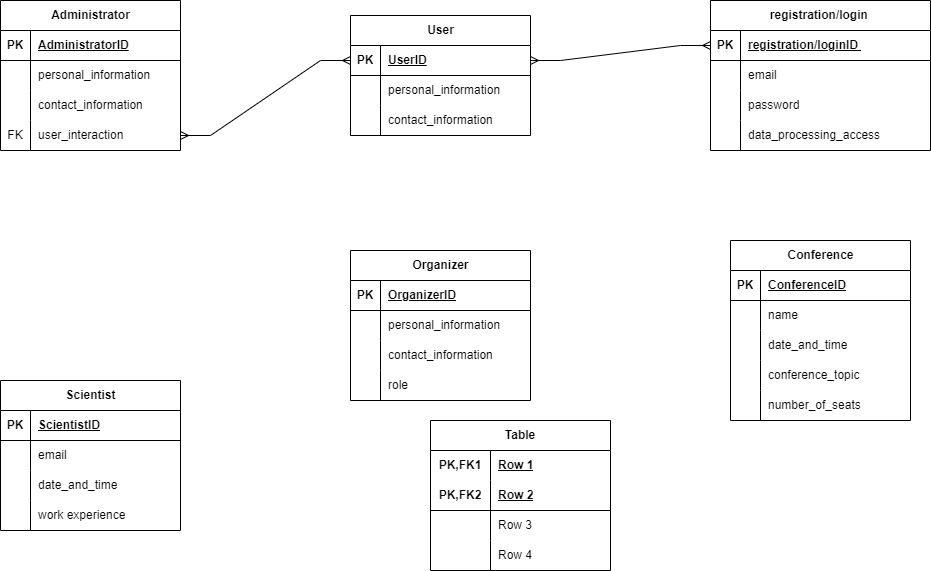
This is Диаграмма научной конфиренции.drawio.png from makatom15/scientific-conference-, a draw.io export, as it was before one commit. Source tidied: cells renumbered, new cells last; positions are measured from the earlier drawing's top-left corner, leaving out a move shared by most shapes.
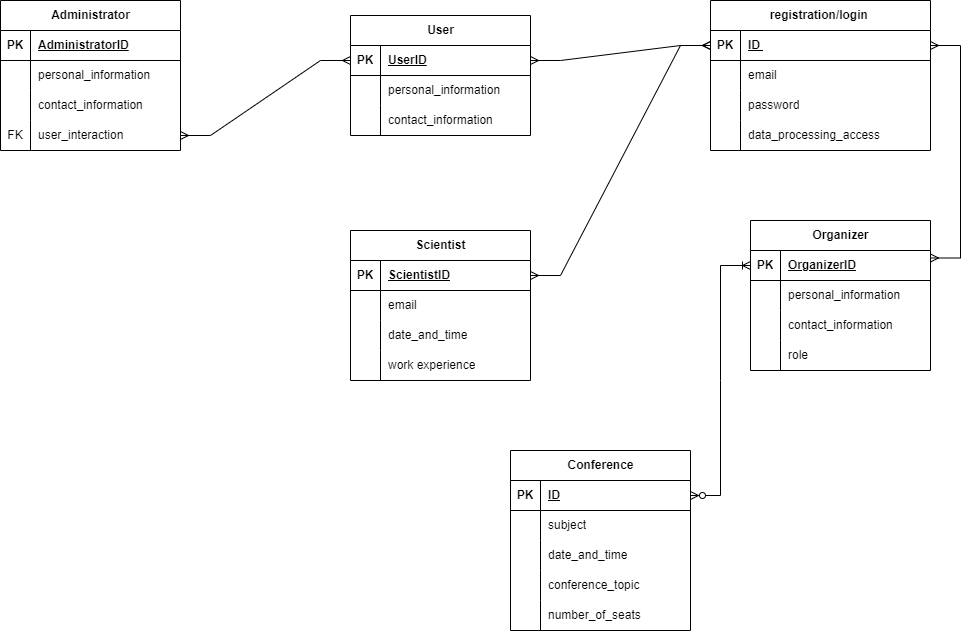
The same diagram one commit later.

What changed in the source:
```diff
@@ -42,7 +42,7 @@
       <mxGeometry x="30" width="150" height="30" as="geometry" />
     </mxCell>
     <mxCell id="15" value="Organizer" style="shape=table;startSize=30;rowLines=0;fontStyle=1;align=center;html=1;" parent="1" vertex="1">
-      <mxGeometry x="350" y="250" width="180" height="150" as="geometry" />
+      <mxGeometry x="750" y="220" width="180" height="150" as="geometry" />
     </mxCell>
     <mxCell id="16" style="shape=tableRow;horizontal=0;startSize=0;swimlaneHead=0;swimlaneBody=0;fillColor=none;points=[[0,0.5],[1,0.5]];portConstraint=eastwest;top=0;left=0;right=0;bottom=1;" parent="15" vertex="1">
       <mxGeometry y="30" width="180" height="30" as="geometry" />
@@ -119,7 +119,7 @@
     <mxCell id="40" value="PK" style="shape=partialRectangle;fillColor=none;top=0;left=0;bottom=0;right=0;fontStyle=1;overflow=hidden;whiteSpace=wrap;html=1;" parent="39" vertex="1">
       <mxGeometry width="30" height="30" as="geometry" />
     </mxCell>
-    <mxCell id="41" value="&lt;div&gt;registration/loginID&amp;nbsp;&lt;/div&gt;&lt;div&gt;&lt;/div&gt;" style="shape=partialRectangle;fillColor=none;top=0;left=0;bottom=0;right=0;align=left;spacingLeft=6;fontStyle=5;overflow=hidden;whiteSpace=wrap;html=1;" parent="39" vertex="1">
+    <mxCell id="41" value="&lt;div&gt;ID&amp;nbsp;&lt;/div&gt;&lt;div&gt;&lt;/div&gt;" style="shape=partialRectangle;fillColor=none;top=0;left=0;bottom=0;right=0;align=left;spacingLeft=6;fontStyle=5;overflow=hidden;whiteSpace=wrap;html=1;" parent="39" vertex="1">
       <mxGeometry x="30" width="190" height="30" as="geometry" />
     </mxCell>
     <mxCell id="42" style="shape=tableRow;horizontal=0;startSize=0;swimlaneHead=0;swimlaneBody=0;fillColor=none;top=0;left=0;right=0;bottom=0;" parent="38" vertex="1">
@@ -150,7 +150,7 @@
       <mxGeometry x="30" width="190" height="30" as="geometry" />
     </mxCell>
     <mxCell id="51" value="Scientist" style="shape=table;startSize=30;rowLines=0;fontStyle=1;align=center;html=1;" parent="1" vertex="1">
-      <mxGeometry y="380" width="180" height="150" as="geometry" />
+      <mxGeometry x="350" y="230" width="180" height="150" as="geometry" />
     </mxCell>
     <mxCell id="52" style="shape=tableRow;horizontal=0;startSize=0;swimlaneHead=0;swimlaneBody=0;fillColor=none;points=[[0,0.5],[1,0.5]];portConstraint=eastwest;top=0;left=0;right=0;bottom=1;" parent="51" vertex="1">
       <mxGeometry y="30" width="180" height="30" as="geometry" />
@@ -189,7 +189,7 @@
       <mxGeometry x="30" width="150" height="30" as="geometry" />
     </mxCell>
     <mxCell id="64" value="Conference" style="shape=table;startSize=30;rowLines=0;fontStyle=1;align=center;html=1;" parent="1" vertex="1">
-      <mxGeometry x="730" y="240" width="180" height="180" as="geometry" />
+      <mxGeometry x="510" y="450" width="180" height="180" as="geometry" />
     </mxCell>
     <mxCell id="65" style="shape=tableRow;horizontal=0;startSize=0;swimlaneHead=0;swimlaneBody=0;fillColor=none;points=[[0,0.5],[1,0.5]];portConstraint=eastwest;top=0;left=0;right=0;bottom=1;" parent="64" vertex="1">
       <mxGeometry y="30" width="180" height="30" as="geometry" />
@@ -197,7 +197,7 @@
     <mxCell id="66" value="PK" style="shape=partialRectangle;fillColor=none;top=0;left=0;bottom=0;right=0;fontStyle=1;overflow=hidden;whiteSpace=wrap;html=1;" parent="65" vertex="1">
       <mxGeometry width="30" height="30" as="geometry" />
     </mxCell>
-    <mxCell id="67" value="ConferenceID" style="shape=partialRectangle;fillColor=none;top=0;left=0;bottom=0;right=0;align=left;spacingLeft=6;fontStyle=5;overflow=hidden;whiteSpace=wrap;html=1;" parent="65" vertex="1">
+    <mxCell id="67" value="ID" style="shape=partialRectangle;fillColor=none;top=0;left=0;bottom=0;right=0;align=left;spacingLeft=6;fontStyle=5;overflow=hidden;whiteSpace=wrap;html=1;" parent="65" vertex="1">
       <mxGeometry x="30" width="150" height="30" as="geometry" />
     </mxCell>
     <mxCell id="68" style="shape=tableRow;horizontal=0;startSize=0;swimlaneHead=0;swimlaneBody=0;fillColor=none;top=0;left=0;right=0;bottom=0;" parent="64" vertex="1">
@@ -206,7 +206,7 @@
     <mxCell id="69" style="shape=partialRectangle;fillColor=none;top=0;left=0;bottom=0;right=0;overflow=hidden;whiteSpace=wrap;html=1;" parent="68" vertex="1">
       <mxGeometry width="30" height="30" as="geometry" />
     </mxCell>
-    <mxCell id="70" value="name" style="shape=partialRectangle;fillColor=none;top=0;left=0;bottom=0;right=0;align=left;spacingLeft=6;overflow=hidden;whiteSpace=wrap;html=1;" parent="68" vertex="1">
+    <mxCell id="70" value="subject" style="shape=partialRectangle;fillColor=none;top=0;left=0;bottom=0;right=0;align=left;spacingLeft=6;overflow=hidden;whiteSpace=wrap;html=1;" parent="68" vertex="1">
       <mxGeometry x="30" width="150" height="30" as="geometry" />
     </mxCell>
     <mxCell id="71" style="shape=tableRow;horizontal=0;startSize=0;swimlaneHead=0;swimlaneBody=0;fillColor=none;top=0;left=0;right=0;bottom=0;" parent="64" vertex="1">
@@ -242,44 +242,21 @@
     <mxCell id="81" style="edgeStyle=entityRelationEdgeStyle;fontSize=12;html=1;endArrow=ERmany;startArrow=ERmany;rounded=0;exitX=1;exitY=0.5;exitDx=0;exitDy=0;" parent="1" edge="1" source="12" target="29">
       <mxGeometry relative="1" as="geometry" />
     </mxCell>
-    <mxCell id="82" value="Table" style="shape=table;startSize=30;rowLines=0;fontStyle=1;align=center;html=1;whiteSpace=wrap;" parent="1" vertex="1">
-      <mxGeometry x="430" y="420" width="180" height="150" as="geometry" />
-    </mxCell>
-    <mxCell id="83" style="shape=tableRow;horizontal=0;startSize=0;swimlaneHead=0;swimlaneBody=0;fillColor=none;top=0;left=0;right=0;bottom=0;html=1;" parent="82" vertex="1">
-      <mxGeometry y="30" width="180" height="30" as="geometry" />
-    </mxCell>
-    <mxCell id="84" value="PK,FK1" style="shape=partialRectangle;fillColor=none;top=0;left=0;bottom=0;right=0;fontStyle=1;overflow=hidden;html=1;whiteSpace=wrap;" parent="83" vertex="1">
-      <mxGeometry width="60" height="30" as="geometry" />
-    </mxCell>
-    <mxCell id="85" value="Row 1" style="shape=partialRectangle;fillColor=none;top=0;left=0;bottom=0;right=0;align=left;spacingLeft=6;fontStyle=5;overflow=hidden;html=1;whiteSpace=wrap;" parent="83" vertex="1">
-      <mxGeometry x="60" width="120" height="30" as="geometry" />
-    </mxCell>
-    <mxCell id="86" style="shape=tableRow;horizontal=0;startSize=0;swimlaneHead=0;swimlaneBody=0;fillColor=none;top=0;left=0;right=0;bottom=1;html=1;" parent="82" vertex="1">
-      <mxGeometry y="60" width="180" height="30" as="geometry" />
-    </mxCell>
-    <mxCell id="87" value="PK,FK2" style="shape=partialRectangle;fillColor=none;top=0;left=0;bottom=0;right=0;fontStyle=1;overflow=hidden;html=1;whiteSpace=wrap;" parent="86" vertex="1">
-      <mxGeometry width="60" height="30" as="geometry" />
-    </mxCell>
-    <mxCell id="88" value="Row 2" style="shape=partialRectangle;fillColor=none;top=0;left=0;bottom=0;right=0;align=left;spacingLeft=6;fontStyle=5;overflow=hidden;html=1;whiteSpace=wrap;" parent="86" vertex="1">
-      <mxGeometry x="60" width="120" height="30" as="geometry" />
-    </mxCell>
-    <mxCell id="89" style="shape=tableRow;horizontal=0;startSize=0;swimlaneHead=0;swimlaneBody=0;fillColor=none;top=0;left=0;right=0;bottom=0;html=1;" parent="82" vertex="1">
-      <mxGeometry y="90" width="180" height="30" as="geometry" />
-    </mxCell>
-    <mxCell id="90" style="shape=partialRectangle;fillColor=none;top=0;left=0;bottom=0;right=0;overflow=hidden;html=1;whiteSpace=wrap;" parent="89" vertex="1">
-      <mxGeometry width="60" height="30" as="geometry" />
-    </mxCell>
-    <mxCell id="91" value="Row 3" style="shape=partialRectangle;fillColor=none;top=0;left=0;bottom=0;right=0;align=left;spacingLeft=6;overflow=hidden;html=1;whiteSpace=wrap;" parent="89" vertex="1">
-      <mxGeometry x="60" width="120" height="30" as="geometry" />
-    </mxCell>
-    <mxCell id="92" style="shape=tableRow;horizontal=0;startSize=0;swimlaneHead=0;swimlaneBody=0;fillColor=none;top=0;left=0;right=0;bottom=0;html=1;" parent="82" vertex="1">
-      <mxGeometry y="120" width="180" height="30" as="geometry" />
-    </mxCell>
-    <mxCell id="93" style="shape=partialRectangle;fillColor=none;top=0;left=0;bottom=0;right=0;overflow=hidden;html=1;whiteSpace=wrap;" parent="92" vertex="1">
-      <mxGeometry width="60" height="30" as="geometry" />
-    </mxCell>
-    <mxCell id="94" value="Row 4" style="shape=partialRectangle;fillColor=none;top=0;left=0;bottom=0;right=0;align=left;spacingLeft=6;overflow=hidden;html=1;whiteSpace=wrap;" parent="92" vertex="1">
-      <mxGeometry x="60" width="120" height="30" as="geometry" />
-    </mxCell>
+    <mxCell id="95" style="edgeStyle=entityRelationEdgeStyle;fontSize=12;html=1;endArrow=ERmany;startArrow=ERmany;rounded=0;entryX=0;entryY=0.5;entryDx=0;entryDy=0;exitX=1;exitY=0.5;exitDx=0;exitDy=0;" parent="1" edge="1" source="52" target="39">
+      <mxGeometry relative="1" as="geometry" />
+    </mxCell>
+    <mxCell id="96" style="edgeStyle=entityRelationEdgeStyle;fontSize=12;html=1;endArrow=ERmany;startArrow=ERmany;rounded=0;entryX=1;entryY=0.5;entryDx=0;entryDy=0;exitX=1;exitY=0.25;exitDx=0;exitDy=0;" parent="1" edge="1" source="15" target="39">
+      <mxGeometry relative="1" as="geometry" />
+    </mxCell>
+    <mxCell id="97" style="edgeStyle=entityRelationEdgeStyle;fontSize=12;html=1;endArrow=ERoneToMany;startArrow=ERzeroToMany;rounded=0;entryX=0;entryY=0.5;entryDx=0;entryDy=0;exitX=1;exitY=0.5;exitDx=0;exitDy=0;" parent="1" edge="1" source="65" target="16">
+      <mxGeometry relative="1" as="geometry">
+        <Array as="points">
+          <mxPoint x="670" y="340" />
+          <mxPoint x="730" y="330" />
+          <mxPoint x="720" y="400" />
+          <mxPoint x="730" y="340" />
+        </Array>
+      </mxGeometry>
+    </mxCell>
   </root>
 </mxGraphModel>
```
